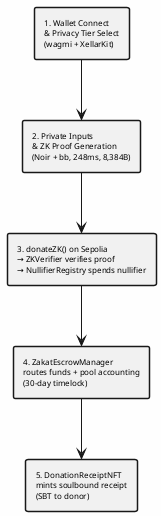
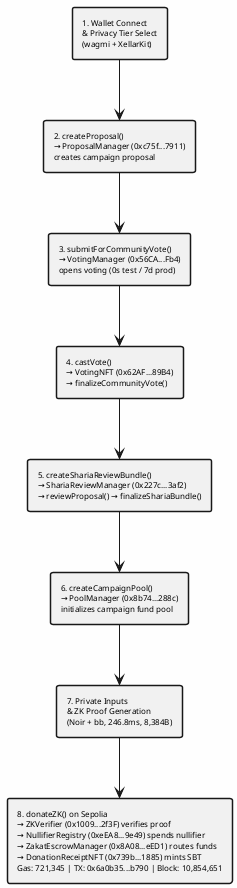
@startuml
skinparam backgroundColor #FEFEFE
skinparam shadowing false
skinparam defaultFontName Times-Roman
skinparam defaultFontSize 8
skinparam rectangleBorderThickness 1.5


rectangle "1. Wallet Connect\n& Privacy Tier Select\n(wagmi + XellarKit)" as S1
- rectangle "2. Private Inputs\n& ZK Proof Generation\n(Noir + bb, 248ms, 8,384B)" as S2
- rectangle "3. donateZK() on Sepolia\n→ ZKVerifier verifies proof\n→ NullifierRegistry spends nullifier" as S3
- rectangle "4. ZakatEscrowManager\nroutes funds + pool accounting\n(30-day timelock)" as S4
- rectangle "5. DonationReceiptNFT\nmints soulbound receipt\n(SBT to donor)" as S5
+ rectangle "2. createProposal()\n→ ProposalManager (0xc75f...7911)\ncreates campaign proposal" as S2
+ rectangle "3. submitForCommunityVote()\n→ VotingManager (0x56CA...Fb4)\nopens voting (0s test / 7d prod)" as S3
+ rectangle "4. castVote()\n→ VotingNFT (0x62AF...89B4)\n→ finalizeCommunityVote()" as S4
+ rectangle "5. createShariaReviewBundle()\n→ ShariaReviewManager (0x227c...3af2)\n→ reviewProposal() → finalizeShariaBundle()" as S5
+ rectangle "6. createCampaignPool()\n→ PoolManager (0x8b74...288c)\ninitializes campaign fund pool" as S6
+ rectangle "7. Private Inputs\n& ZK Proof Generation\n(Noir + bb, 246.8ms, 8,384B)" as S7
+ rectangle "8. donateZK() on Sepolia\n→ ZKVerifier (0x1009...2f3F) verifies proof\n→ NullifierRegistry (0xeEA8...9e49) spends nullifier\n→ ZakatEscrowManager (0x8A08...eED1) routes funds\n→ DonationReceiptNFT (0x739b...1885) mints SBT\nGas: 721,345 | TX: 0x6a0b35...b790 | Block: 10,854,651" as S8

S1 -down-> S2
S2 -down-> S3
S3 -down-> S4
S4 -down-> S5
+ S5 -down-> S6
+ S6 -down-> S7
+ S7 -down-> S8

@enduml
